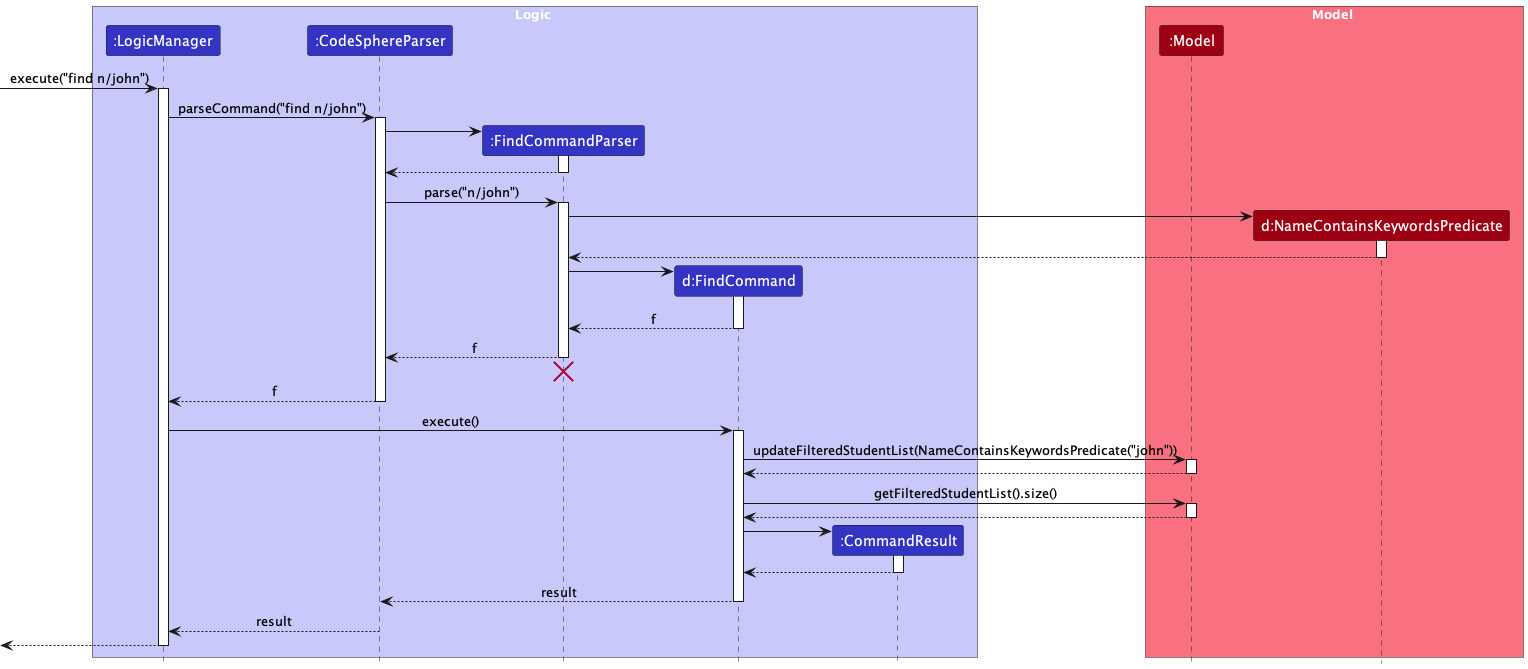
Before: docs/images/FindCommandSequenceDiagram.png, a diagram exported from PlantUML (tiongjjyi/tp).
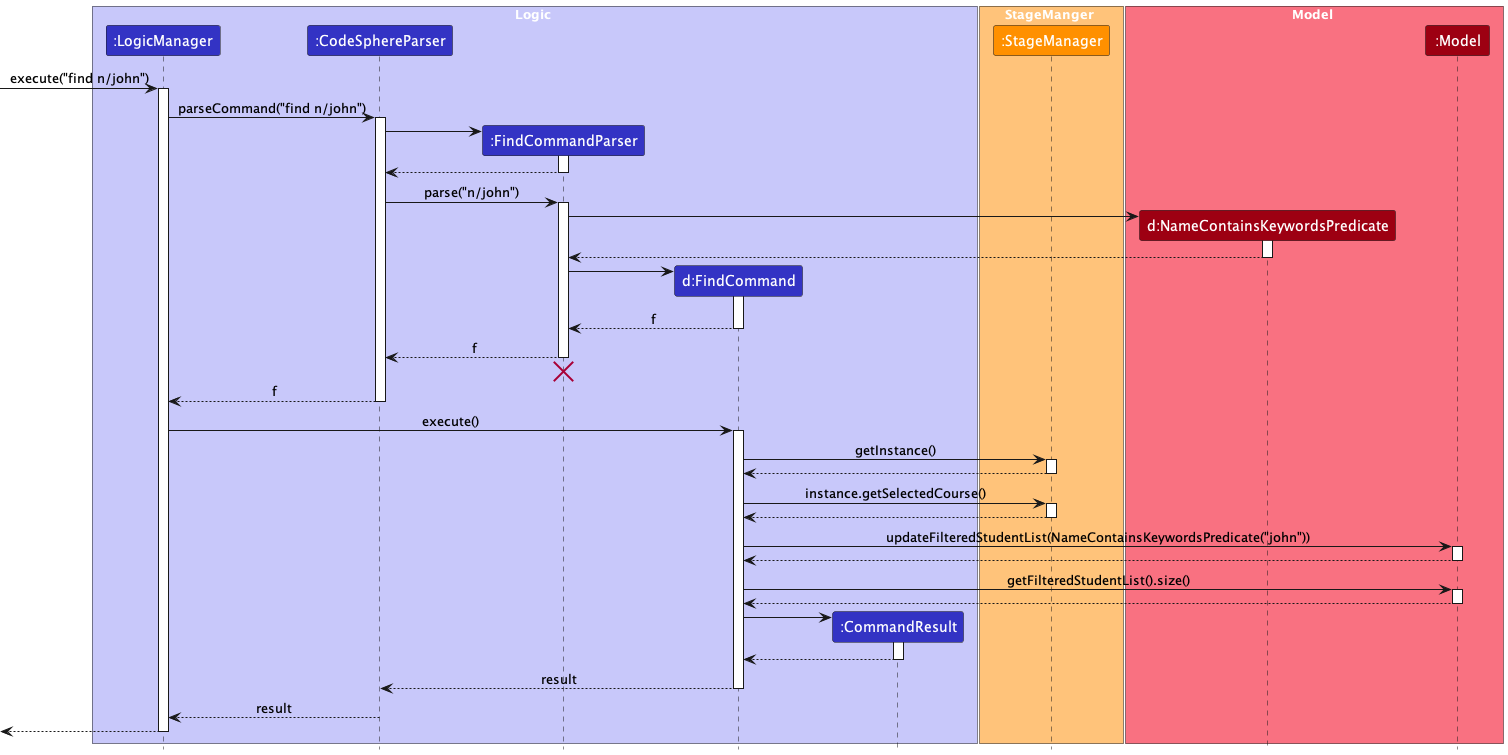
Later version of the same file.

What changed in the source:
```diff
@@ -10,9 +10,13 @@
 participant ":CommandResult" as CommandResult LOGIC_COLOR
 end box
 
+box StageManger STAGE_COLOR_T1
+participant ":StageManager" as StageManager STAGE_COLOR
+end box
+
 box Model MODEL_COLOR_T1
+participant "d:NameContainsKeywordsPredicate" as NameContainsKeywordsPredicate MODEL_COLOR
 participant ":Model" as Model MODEL_COLOR
-participant "d:NameContainsKeywordsPredicate" as NameContainsKeywordsPredicate MODEL_COLOR
 end box
 
 [-> LogicManager : execute("find n/john")
@@ -56,6 +60,19 @@
 LogicManager -> FindCommand : execute()
 activate FindCommand
 
+FindCommand -> StageManager : getInstance()
+activate StageManager
+
+StageManager --> FindCommand
+deactivate StageManager
+
+FindCommand -> StageManager : instance.getSelectedCourse()
+activate StageManager
+
+StageManager --> FindCommand
+deactivate StageManager
+
+
 FindCommand -> Model : updateFilteredStudentList(NameContainsKeywordsPredicate("john"))
 activate Model
 
```
